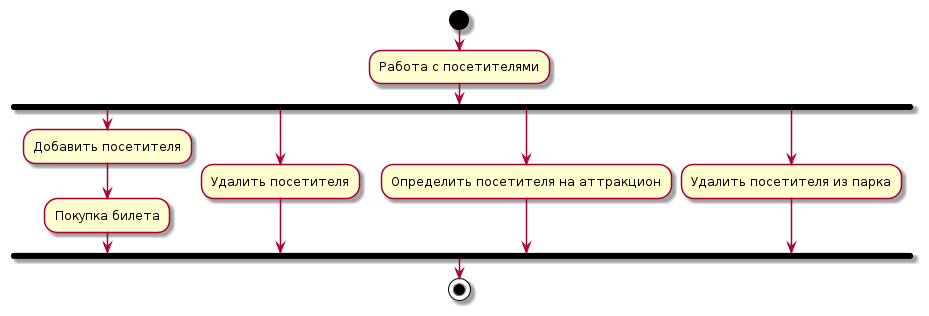
Before: description/images/main-visitor-activity-diagram.png, a diagram exported from PlantUML (mzhirko/amusement-park). Its diagram source:
```plantuml
@startuml
|Игрок|
start
:Работа с посетителями;
fork
:Добавить посетителя;
:Покупка билета;
forkagain
:Удалить посетителя;
forkagain
:Определить посетителя на аттракцион;
forkagain
:Удалить посетителя из парка;
endfork
stop
@enduml
```
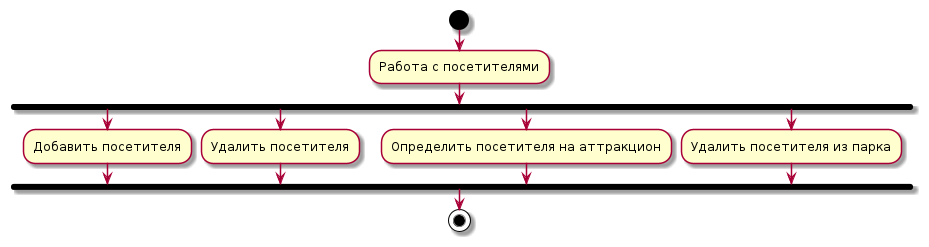
The same diagram one commit later.

Commit message:
Update visitor activity diagram

What changed in the source:
```diff
@@ -4,7 +4,6 @@
 :Работа с посетителями;
 fork
 :Добавить посетителя;
-:Покупка билета;
 forkagain
 :Удалить посетителя;
 forkagain
```
